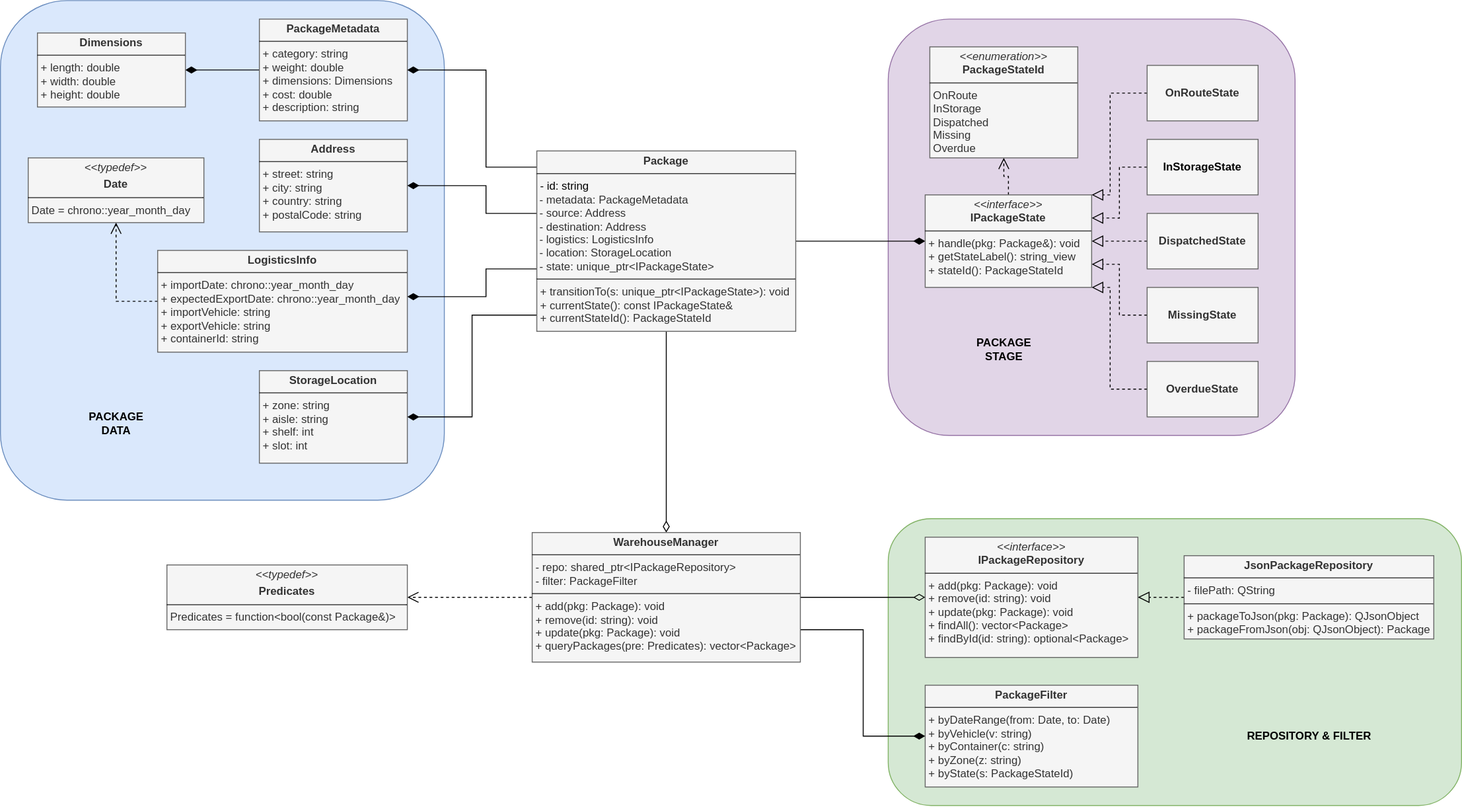
Earlier version of the draw.io export OOP_PJ.drawio.svg (Management-System-OOP/Object-Oriented-Programming-Project). Source tidied: cells renumbered, new cells last; positions are measured from the earlier drawing's top-left corner, leaving out a move shared by most shapes.
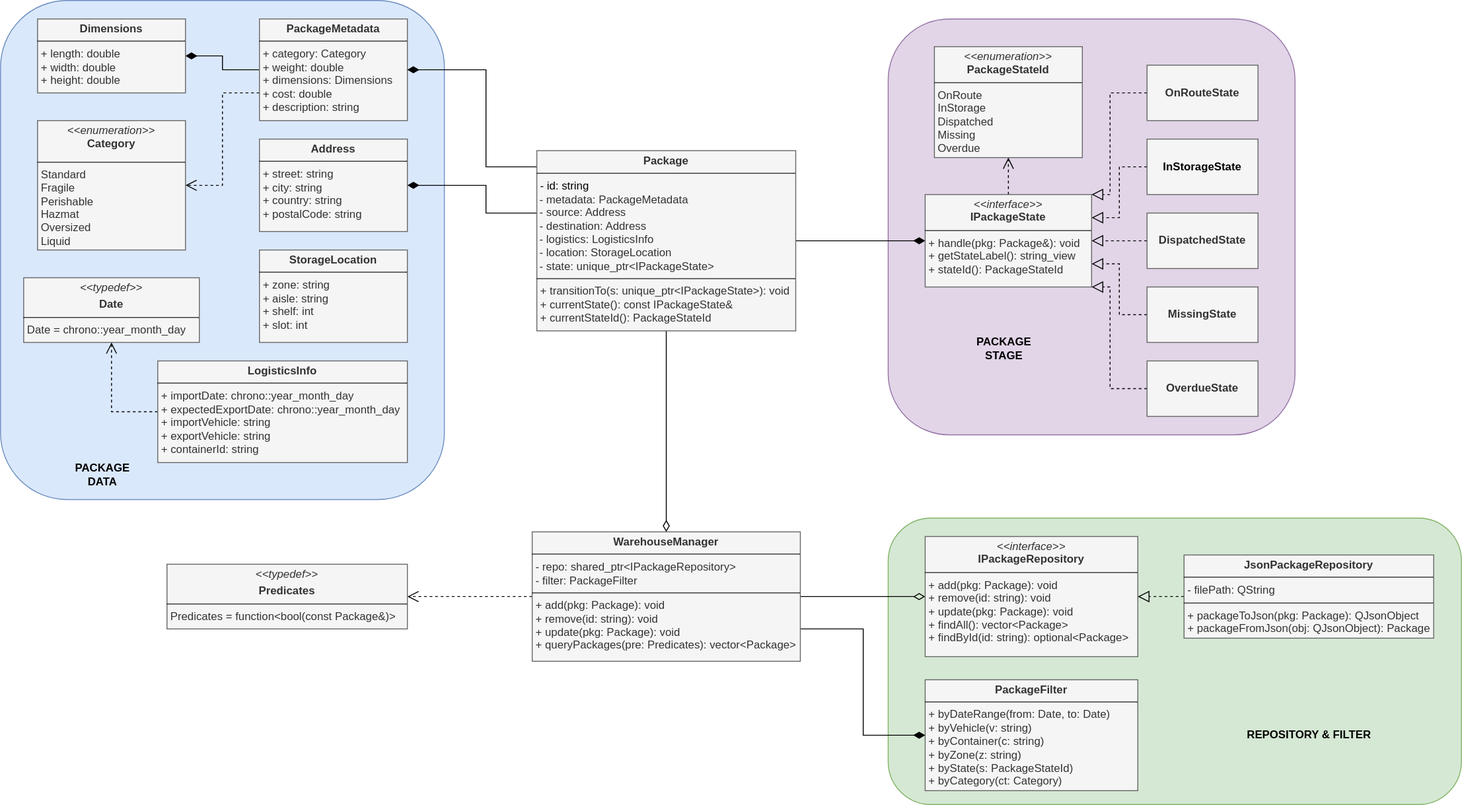
The same file after the commit.

Commit message:
refactor: add Enum class for category and filter

Diff of the diagram source:
```diff
@@ -14,7 +14,15 @@
     <mxCell id="5" style="edgeStyle=orthogonalEdgeStyle;rounded=0;jettySize=auto;html=1;endArrow=diamondThin;endFill=1;endSize=10;" parent="1" edge="1" source="6" target="11">
       <mxGeometry relative="1" as="geometry" />
     </mxCell>
+    <mxCell id="45" style="edgeStyle=orthogonalEdgeStyle;rounded=0;jettySize=auto;html=1;entryX=1;entryY=0.5;entryDx=0;entryDy=0;dashed=1;endArrow=open;endFill=0;endSize=10;" parent="1" edge="1" source="6" target="46">
+      <mxGeometry relative="1" as="geometry">
+        <Array as="points">
+          <mxPoint x="240" y="100" />
+          <mxPoint x="240" y="200" />
+        </Array>
+      </mxGeometry>
+    </mxCell>
-    <mxCell id="6" value="&lt;p style=&quot;margin:0px;margin-top:4px;text-align:center;&quot;&gt;&lt;b&gt;PackageMetadata&lt;/b&gt;&lt;/p&gt;&lt;hr size=&quot;1&quot; style=&quot;border-style:solid;&quot;&gt;&lt;p style=&quot;margin:0px;margin-left:4px;&quot;&gt;+ category: string&lt;/p&gt;&lt;p style=&quot;margin:0px;margin-left:4px;&quot;&gt;+ weight: double&lt;/p&gt;&lt;p style=&quot;margin:0px;margin-left:4px;&quot;&gt;+ dimensions: Dimensions&lt;/p&gt;&lt;p style=&quot;margin:0px;margin-left:4px;&quot;&gt;+ cost: double&lt;/p&gt;&lt;p style=&quot;margin:0px;margin-left:4px;&quot;&gt;+ description: string&lt;/p&gt;" style="verticalAlign=top;align=left;overflow=fill;html=1;whiteSpace=wrap;fillColor=#f5f5f5;fontColor=#333333;strokeColor=#666666;" parent="1" vertex="1">
+    <mxCell id="6" value="&lt;p style=&quot;margin:0px;margin-top:4px;text-align:center;&quot;&gt;&lt;b&gt;PackageMetadata&lt;/b&gt;&lt;/p&gt;&lt;hr size=&quot;1&quot; style=&quot;border-style:solid;&quot;&gt;&lt;p style=&quot;margin:0px;margin-left:4px;&quot;&gt;+ category: Category&lt;/p&gt;&lt;p style=&quot;margin:0px;margin-left:4px;&quot;&gt;+ weight: double&lt;/p&gt;&lt;p style=&quot;margin:0px;margin-left:4px;&quot;&gt;+ dimensions: Dimensions&lt;/p&gt;&lt;p style=&quot;margin:0px;margin-left:4px;&quot;&gt;+ cost: double&lt;/p&gt;&lt;p style=&quot;margin:0px;margin-left:4px;&quot;&gt;+ description: string&lt;/p&gt;" style="verticalAlign=top;align=left;overflow=fill;html=1;whiteSpace=wrap;fillColor=#f5f5f5;fontColor=#333333;strokeColor=#666666;" parent="1" vertex="1">
       <mxGeometry x="280" y="20" width="160" height="110" as="geometry" />
     </mxCell>
     <mxCell id="7" value="&lt;p style=&quot;margin:0px;margin-top:4px;text-align:center;&quot;&gt;&lt;b&gt;Address&lt;/b&gt;&lt;/p&gt;&lt;hr size=&quot;1&quot; style=&quot;border-style:solid;&quot;&gt;&lt;p style=&quot;margin:0px;margin-left:4px;&quot;&gt;+ street: string&lt;/p&gt;&lt;p style=&quot;margin:0px;margin-left:4px;&quot;&gt;+ city: string&lt;/p&gt;&lt;p style=&quot;margin:0px;margin-left:4px;&quot;&gt;+ country: string&lt;/p&gt;&lt;p style=&quot;margin:0px;margin-left:4px;&quot;&gt;+ postalCode: string&lt;/p&gt;" style="verticalAlign=top;align=left;overflow=fill;html=1;whiteSpace=wrap;fillColor=#f5f5f5;fontColor=#333333;strokeColor=#666666;" parent="1" vertex="1">
@@ -24,13 +32,13 @@
       <mxGeometry relative="1" as="geometry" />
     </mxCell>
     <mxCell id="9" value="&lt;p style=&quot;margin:0px;margin-top:4px;text-align:center;&quot;&gt;&lt;b&gt;LogisticsInfo&lt;/b&gt;&lt;/p&gt;&lt;hr size=&quot;1&quot; style=&quot;border-style:solid;&quot;&gt;&lt;p style=&quot;margin:0px;margin-left:4px;&quot;&gt;+ importDate: chrono::year_month_day&lt;/p&gt;&lt;p style=&quot;margin:0px;margin-left:4px;&quot;&gt;+ expectedExportDate: chrono::year_month_day&lt;/p&gt;&lt;p style=&quot;margin:0px;margin-left:4px;&quot;&gt;+ importVehicle: string&lt;/p&gt;&lt;p style=&quot;margin:0px;margin-left:4px;&quot;&gt;+ exportVehicle: string&lt;/p&gt;&lt;p style=&quot;margin:0px;margin-left:4px;&quot;&gt;+ containerId: string&lt;/p&gt;" style="verticalAlign=top;align=left;overflow=fill;html=1;whiteSpace=wrap;fillColor=#f5f5f5;fontColor=#333333;strokeColor=#666666;" parent="1" vertex="1">
-      <mxGeometry x="170" y="270" width="270" height="110" as="geometry" />
+      <mxGeometry x="170" y="390" width="270" height="110" as="geometry" />
     </mxCell>
     <mxCell id="10" value="&lt;p style=&quot;margin:0px;margin-top:4px;text-align:center;&quot;&gt;&lt;b&gt;StorageLocation&lt;/b&gt;&lt;/p&gt;&lt;hr size=&quot;1&quot; style=&quot;border-style:solid;&quot;&gt;&lt;p style=&quot;margin:0px;margin-left:4px;&quot;&gt;+ zone: string&lt;/p&gt;&lt;p style=&quot;margin:0px;margin-left:4px;&quot;&gt;+ aisle: string&lt;/p&gt;&lt;p style=&quot;margin:0px;margin-left:4px;&quot;&gt;+ shelf: int&lt;/p&gt;&lt;p style=&quot;margin:0px;margin-left:4px;&quot;&gt;+ slot: int&lt;/p&gt;" style="verticalAlign=top;align=left;overflow=fill;html=1;whiteSpace=wrap;fillColor=#f5f5f5;fontColor=#333333;strokeColor=#666666;" parent="1" vertex="1">
-      <mxGeometry x="280" y="400" width="160" height="100" as="geometry" />
+      <mxGeometry x="280" y="270" width="160" height="100" as="geometry" />
     </mxCell>
     <mxCell id="11" value="&lt;p style=&quot;margin:0px;margin-top:4px;text-align:center;&quot;&gt;&lt;b&gt;Dimensions&lt;/b&gt;&lt;/p&gt;&lt;hr size=&quot;1&quot; style=&quot;border-style:solid;&quot;&gt;&lt;p style=&quot;margin:0px;margin-left:4px;&quot;&gt;+ length: double&lt;/p&gt;&lt;p style=&quot;margin:0px;margin-left:4px;&quot;&gt;+ width:&amp;nbsp;&lt;span style=&quot;background-color: transparent; color: light-dark(rgb(51, 51, 51), rgb(193, 193, 193));&quot;&gt;double&lt;/span&gt;&lt;/p&gt;&lt;p style=&quot;margin:0px;margin-left:4px;&quot;&gt;+ height:&amp;nbsp;&lt;span style=&quot;background-color: transparent; color: light-dark(rgb(51, 51, 51), rgb(193, 193, 193));&quot;&gt;double&lt;/span&gt;&lt;/p&gt;" style="verticalAlign=top;align=left;overflow=fill;html=1;whiteSpace=wrap;strokeColor=#666666;fillColor=#f5f5f5;fontColor=#333333;" parent="1" vertex="1">
-      <mxGeometry x="40" y="35" width="160" height="80" as="geometry" />
+      <mxGeometry x="40" y="20" width="160" height="80" as="geometry" />
     </mxCell>
     <mxCell id="12" style="edgeStyle=orthogonalEdgeStyle;rounded=0;jettySize=auto;html=1;entryX=1;entryY=0.5;entryDx=0;entryDy=0;endArrow=diamondThin;endFill=1;endSize=10;" parent="1" edge="1" source="18" target="6">
       <mxGeometry relative="1" as="geometry">
@@ -40,14 +48,6 @@
         </Array>
       </mxGeometry>
     </mxCell>
-    <mxCell id="13" style="edgeStyle=orthogonalEdgeStyle;rounded=0;jettySize=auto;html=1;endArrow=diamondThin;endFill=1;endSize=10;" parent="1" edge="1" source="18" target="9">
-      <mxGeometry relative="1" as="geometry">
-        <Array as="points">
-          <mxPoint x="525" y="290" />
-          <mxPoint x="525" y="320" />
-        </Array>
-      </mxGeometry>
-    </mxCell>
     <mxCell id="14" style="edgeStyle=orthogonalEdgeStyle;rounded=0;jettySize=auto;html=1;endArrow=diamondThin;endFill=1;endSize=10;" parent="1" edge="1" source="18" target="20">
       <mxGeometry relative="1" as="geometry" />
     </mxCell>
@@ -62,14 +62,6 @@
     <mxCell id="16" style="edgeStyle=orthogonalEdgeStyle;rounded=0;jettySize=auto;html=1;entryX=0.5;entryY=0;entryDx=0;entryDy=0;endArrow=diamondThin;endFill=0;endSize=10;" parent="1" edge="1" source="18" target="41">
       <mxGeometry relative="1" as="geometry" />
     </mxCell>
-    <mxCell id="17" style="edgeStyle=orthogonalEdgeStyle;rounded=0;jettySize=auto;html=1;entryX=1;entryY=0.5;entryDx=0;entryDy=0;endArrow=diamondThin;endFill=1;endSize=10;" parent="1" edge="1" source="18" target="10">
-      <mxGeometry relative="1" as="geometry">
-        <Array as="points">
-          <mxPoint x="510" y="340" />
-          <mxPoint x="510" y="450" />
-        </Array>
-      </mxGeometry>
-    </mxCell>
     <mxCell id="18" value="&lt;p style=&quot;margin:0px;margin-top:4px;text-align:center;&quot;&gt;&lt;b&gt;Package&lt;/b&gt;&lt;/p&gt;&lt;hr size=&quot;1&quot; style=&quot;border-style:solid;&quot;&gt;&lt;p style=&quot;margin:0px;margin-left:4px;&quot;&gt;&lt;span style=&quot;background-color: transparent; color: light-dark(rgb(0, 0, 0), rgb(255, 255, 255));&quot;&gt;- id: string&lt;/span&gt;&lt;/p&gt;&lt;div&gt;&amp;nbsp;- metadata: PackageMetadata&lt;/div&gt;&lt;div&gt;&amp;nbsp;- source: Address&lt;/div&gt;&lt;div&gt;&amp;nbsp;- destination: Address&lt;/div&gt;&lt;div&gt;&amp;nbsp;- logistics: LogisticsInfo&lt;/div&gt;&lt;div&gt;&amp;nbsp;- location: StorageLocation&lt;/div&gt;&lt;div&gt;&amp;nbsp;- state: unique_ptr&amp;lt;IPackageState&amp;gt;&lt;/div&gt;&lt;hr size=&quot;1&quot; style=&quot;border-style:solid;&quot;&gt;&lt;p style=&quot;margin:0px;margin-left:4px;&quot;&gt;&lt;span style=&quot;background-color: transparent;&quot;&gt;+ transitionTo(s: unique_ptr&amp;lt;IPackageState&amp;gt;): void&lt;/span&gt;&lt;/p&gt;&lt;p style=&quot;margin:0px;margin-left:4px;&quot;&gt;&lt;span style=&quot;background-color: transparent;&quot;&gt;+ currentState(): const IPackageState&amp;amp;&lt;/span&gt;&lt;/p&gt;&lt;p style=&quot;margin:0px;margin-left:4px;&quot;&gt;&lt;span style=&quot;background-color: transparent; color: light-dark(rgb(51, 51, 51), rgb(193, 193, 193));&quot;&gt;+ currentStateId(): PackageStateId&lt;/span&gt;&lt;/p&gt;" style="verticalAlign=top;align=left;overflow=fill;html=1;whiteSpace=wrap;fillColor=#f5f5f5;fontColor=#333333;strokeColor=#666666;" parent="1" vertex="1">
       <mxGeometry x="580" y="162.5" width="280" height="195" as="geometry" />
     </mxCell>
@@ -120,13 +112,13 @@
       <mxGeometry x="1240" y="390" width="120" height="60" as="geometry" />
     </mxCell>
     <mxCell id="31" value="PACKAGE&lt;div&gt;DATA&lt;/div&gt;" style="text;align=center;fontStyle=1;verticalAlign=middle;spacingLeft=3;spacingRight=3;strokeColor=none;html=1;" parent="1" vertex="1">
-      <mxGeometry x="85" y="444" width="80" height="26" as="geometry" />
+      <mxGeometry x="70" y="500" width="80" height="26" as="geometry" />
     </mxCell>
     <mxCell id="32" value="&lt;div&gt;PACKAGE&lt;/div&gt;&lt;div&gt;STAGE&lt;/div&gt;" style="text;align=center;fontStyle=1;verticalAlign=middle;spacingLeft=3;spacingRight=3;strokeColor=none;html=1;" parent="1" vertex="1">
       <mxGeometry x="1045" y="364" width="80" height="26" as="geometry" />
     </mxCell>
     <mxCell id="33" value="&lt;p style=&quot;margin:0px;margin-top:4px;text-align:center;&quot;&gt;&lt;i&gt;&amp;lt;&amp;lt;enumeration&amp;gt;&amp;gt;&lt;/i&gt;&lt;br&gt;&lt;span style=&quot;text-align: left;&quot;&gt;&lt;b&gt;PackageStateId&lt;/b&gt;&lt;/span&gt;&lt;/p&gt;&lt;hr size=&quot;1&quot; style=&quot;border-style:solid;&quot;&gt;&lt;p style=&quot;margin:0px;margin-left:4px;&quot;&gt;&lt;/p&gt;&lt;p style=&quot;margin:0px;margin-left:4px;&quot;&gt;OnRoute&amp;nbsp;&lt;/p&gt;&lt;p style=&quot;margin:0px;margin-left:4px;&quot;&gt;InStorage&amp;nbsp;&lt;/p&gt;&lt;p style=&quot;margin:0px;margin-left:4px;&quot;&gt;Dispatched&amp;nbsp;&lt;/p&gt;&lt;p style=&quot;margin:0px;margin-left:4px;&quot;&gt;Missing&amp;nbsp;&lt;/p&gt;&lt;p style=&quot;margin:0px;margin-left:4px;&quot;&gt;Overdue&lt;/p&gt;" style="verticalAlign=top;align=left;overflow=fill;html=1;whiteSpace=wrap;fillColor=#f5f5f5;fontColor=#333333;strokeColor=#666666;" parent="1" vertex="1">
-      <mxGeometry x="1005" y="50" width="160" height="120" as="geometry" />
+      <mxGeometry x="1010" y="50" width="160" height="120" as="geometry" />
     </mxCell>
     <mxCell id="34" value="&lt;p style=&quot;margin:0px;margin-top:4px;text-align:center;&quot;&gt;&lt;i&gt;&amp;lt;&amp;lt;interface&amp;gt;&amp;gt;&lt;/i&gt;&lt;br&gt;&lt;b&gt;IPackageRepository&lt;/b&gt;&lt;/p&gt;&lt;hr size=&quot;1&quot; style=&quot;border-style:solid;&quot;&gt;&lt;p style=&quot;margin:0px;margin-left:4px;&quot;&gt;&lt;/p&gt;&lt;p style=&quot;margin:0px;margin-left:4px;&quot;&gt;+ add(pkg: Package): void&lt;/p&gt;&lt;p style=&quot;margin:0px;margin-left:4px;&quot;&gt;+ remove(id: string): void&lt;/p&gt;&lt;p style=&quot;margin:0px;margin-left:4px;&quot;&gt;+ update(pkg: Package): void&lt;/p&gt;&lt;p style=&quot;margin:0px;margin-left:4px;&quot;&gt;+ findAll(): vector&amp;lt;Package&amp;gt;&lt;/p&gt;&lt;p style=&quot;margin:0px;margin-left:4px;&quot;&gt;+ findById(id: string): optional&amp;lt;Package&amp;gt;&lt;/p&gt;" style="verticalAlign=top;align=left;overflow=fill;html=1;whiteSpace=wrap;fillColor=#f5f5f5;fontColor=#333333;strokeColor=#666666;" parent="1" vertex="1">
       <mxGeometry x="1000" y="580" width="230" height="130" as="geometry" />
@@ -137,8 +129,8 @@
     <mxCell id="36" value="&lt;p style=&quot;margin:0px;margin-top:4px;text-align:center;&quot;&gt;&lt;b&gt;JsonPackageRepository&lt;/b&gt;&lt;/p&gt;&lt;hr size=&quot;1&quot; style=&quot;border-style:solid;&quot;&gt;&lt;p style=&quot;margin:0px;margin-left:4px;&quot;&gt;- filePath: QString&lt;/p&gt;&lt;hr size=&quot;1&quot; style=&quot;border-style:solid;&quot;&gt;&lt;p style=&quot;margin:0px;margin-left:4px;&quot;&gt;+ packageToJson(pkg: Package): QJsonObject &lt;/p&gt;&lt;p style=&quot;margin:0px;margin-left:4px;&quot;&gt;+&amp;nbsp;packageFromJson(obj:&amp;nbsp;&lt;span style=&quot;background-color: transparent; color: light-dark(rgb(51, 51, 51), rgb(193, 193, 193));&quot;&gt;QJsonObject):&amp;nbsp;&lt;/span&gt;&lt;span style=&quot;background-color: transparent; color: light-dark(rgb(51, 51, 51), rgb(193, 193, 193));&quot;&gt;Package&lt;/span&gt;&lt;/p&gt;" style="verticalAlign=top;align=left;overflow=fill;html=1;whiteSpace=wrap;fillColor=#f5f5f5;fontColor=#333333;strokeColor=#666666;" parent="1" vertex="1">
       <mxGeometry x="1280" y="600" width="270" height="90" as="geometry" />
     </mxCell>
-    <mxCell id="37" value="&lt;p style=&quot;margin:0px;margin-top:4px;text-align:center;&quot;&gt;&lt;b&gt;PackageFilter&lt;/b&gt;&lt;/p&gt;&lt;hr size=&quot;1&quot; style=&quot;border-style:solid;&quot;&gt;&lt;p style=&quot;margin:0px;margin-left:4px;&quot;&gt;+ byDateRange(from: Date, to: Date)&lt;/p&gt;&lt;p style=&quot;margin:0px;margin-left:4px;&quot;&gt;+ byVehicle(v: string)&lt;/p&gt;&lt;p style=&quot;margin:0px;margin-left:4px;&quot;&gt;+ byContainer(c: string)&lt;/p&gt;&lt;p style=&quot;margin:0px;margin-left:4px;&quot;&gt;+ byZone(z: string)&lt;/p&gt;&lt;p style=&quot;margin:0px;margin-left:4px;&quot;&gt;+ byState(s: PackageStateId)&lt;/p&gt;" style="verticalAlign=top;align=left;overflow=fill;html=1;whiteSpace=wrap;fillColor=#f5f5f5;fontColor=#333333;strokeColor=#666666;" parent="1" vertex="1">
-      <mxGeometry x="1000" y="740" width="230" height="110" as="geometry" />
+    <mxCell id="37" value="&lt;p style=&quot;margin:0px;margin-top:4px;text-align:center;&quot;&gt;&lt;b&gt;PackageFilter&lt;/b&gt;&lt;/p&gt;&lt;hr size=&quot;1&quot; style=&quot;border-style:solid;&quot;&gt;&lt;p style=&quot;margin:0px;margin-left:4px;&quot;&gt;+ byDateRange(from: Date, to: Date)&lt;/p&gt;&lt;p style=&quot;margin:0px;margin-left:4px;&quot;&gt;+ byVehicle(v: string)&lt;/p&gt;&lt;p style=&quot;margin:0px;margin-left:4px;&quot;&gt;+ byContainer(c: string)&lt;/p&gt;&lt;p style=&quot;margin:0px;margin-left:4px;&quot;&gt;+ byZone(z: string)&lt;/p&gt;&lt;p style=&quot;margin:0px;margin-left:4px;&quot;&gt;+ byState(s: PackageStateId)&lt;/p&gt;&lt;p style=&quot;margin:0px;margin-left:4px;&quot;&gt;+ byCategory(ct:&amp;nbsp;&lt;span style=&quot;background-color: transparent; color: light-dark(rgb(51, 51, 51), rgb(193, 193, 193));&quot;&gt;Category&lt;/span&gt;&lt;span style=&quot;background-color: transparent; color: light-dark(rgb(51, 51, 51), rgb(193, 193, 193));&quot;&gt;)&lt;/span&gt;&lt;/p&gt;" style="verticalAlign=top;align=left;overflow=fill;html=1;whiteSpace=wrap;fillColor=#f5f5f5;fontColor=#333333;strokeColor=#666666;" parent="1" vertex="1">
+      <mxGeometry x="1000" y="735" width="230" height="120" as="geometry" />
     </mxCell>
     <mxCell id="38" style="edgeStyle=orthogonalEdgeStyle;rounded=0;jettySize=auto;html=1;entryX=1;entryY=0.5;entryDx=0;entryDy=0;dashed=1;endArrow=open;endFill=0;endSize=10;" parent="1" edge="1" source="41" target="43">
       <mxGeometry relative="1" as="geometry" />
@@ -158,7 +150,7 @@
       <mxGeometry x="575" y="575" width="290" height="140" as="geometry" />
     </mxCell>
     <mxCell id="42" value="&lt;p style=&quot;margin:0px;margin-top:4px;text-align:center;&quot;&gt;&lt;i&gt;&amp;lt;&amp;lt;typedef&amp;gt;&amp;gt;&lt;/i&gt;&lt;br&gt;&lt;/p&gt;&lt;p style=&quot;margin:0px;margin-top:4px;text-align:center;&quot;&gt;&lt;b&gt;Date&lt;/b&gt;&lt;/p&gt;&lt;hr size=&quot;1&quot; style=&quot;border-style:solid;&quot;&gt;&lt;p style=&quot;color: rgb(51, 51, 51); margin: 0px 0px 0px 4px;&quot;&gt;Date =&amp;nbsp;&lt;span style=&quot;background-color: transparent;&quot;&gt;chrono::year_month_day&lt;/span&gt;&lt;/p&gt;" style="verticalAlign=top;align=left;overflow=fill;html=1;whiteSpace=wrap;fillColor=#f5f5f5;fontColor=#333333;strokeColor=#666666;" parent="1" vertex="1">
-      <mxGeometry x="30" y="170" width="190" height="70" as="geometry" />
+      <mxGeometry x="25" y="300" width="190" height="70" as="geometry" />
     </mxCell>
     <mxCell id="43" value="&lt;p style=&quot;margin:0px;margin-top:4px;text-align:center;&quot;&gt;&lt;i&gt;&amp;lt;&amp;lt;typedef&amp;gt;&amp;gt;&lt;/i&gt;&lt;br&gt;&lt;/p&gt;&lt;p style=&quot;margin:0px;margin-top:4px;text-align:center;&quot;&gt;&lt;span style=&quot;color: rgb(51, 51, 51); text-align: left;&quot;&gt;&lt;b&gt;Predicates&lt;/b&gt;&lt;/span&gt;&lt;/p&gt;&lt;hr size=&quot;1&quot; style=&quot;border-style:solid;&quot;&gt;&lt;p style=&quot;margin: 0px 0px 0px 4px; color: rgb(51, 51, 51);&quot;&gt;Predicates = function&amp;lt;bool(const Package&amp;amp;)&amp;gt;&lt;/p&gt;" style="verticalAlign=top;align=left;overflow=fill;html=1;whiteSpace=wrap;fillColor=#f5f5f5;fontColor=#333333;strokeColor=#666666;" parent="1" vertex="1">
       <mxGeometry x="180" y="610" width="260" height="70" as="geometry" />
@@ -166,5 +158,8 @@
     <mxCell id="44" value="&lt;div&gt;&lt;span style=&quot;background-color: transparent; color: light-dark(rgb(0, 0, 0), rgb(255, 255, 255));&quot;&gt;REPOSITORY &amp;amp; FILTER&lt;/span&gt;&lt;/div&gt;" style="text;align=center;fontStyle=1;verticalAlign=middle;spacingLeft=3;spacingRight=3;strokeColor=none;html=1;" parent="1" vertex="1">
       <mxGeometry x="1335" y="782" width="160" height="26" as="geometry" />
     </mxCell>
+    <mxCell id="46" value="&lt;p style=&quot;margin: 4px 0px 0px;&quot;&gt;&lt;/p&gt;&lt;div style=&quot;text-align: center;&quot;&gt;&lt;i style=&quot;background-color: transparent; color: light-dark(rgb(51, 51, 51), rgb(193, 193, 193));&quot;&gt;&amp;lt;&amp;lt;enumeration&amp;gt;&amp;gt;&lt;/i&gt;&lt;/div&gt;&lt;div style=&quot;text-align: center;&quot;&gt;&lt;b&gt;Category&lt;/b&gt;&lt;/div&gt;&lt;p&gt;&lt;/p&gt;&lt;hr size=&quot;1&quot; style=&quot;border-style:solid;&quot;&gt;&lt;p style=&quot;margin:0px;margin-left:4px;&quot;&gt;&lt;/p&gt;&lt;p style=&quot;margin:0px;margin-left:4px;&quot;&gt;Standard&lt;/p&gt;&lt;p style=&quot;margin:0px;margin-left:4px;&quot;&gt;Fragile&lt;/p&gt;&lt;p style=&quot;margin:0px;margin-left:4px;&quot;&gt;Perishable&lt;/p&gt;&lt;p style=&quot;margin:0px;margin-left:4px;&quot;&gt;Hazmat&lt;/p&gt;&lt;p style=&quot;margin:0px;margin-left:4px;&quot;&gt;Oversized&lt;/p&gt;&lt;p style=&quot;margin:0px;margin-left:4px;&quot;&gt;Liquid&lt;/p&gt;" style="verticalAlign=top;align=left;overflow=fill;html=1;whiteSpace=wrap;fillColor=#f5f5f5;fontColor=#333333;strokeColor=#666666;" parent="1" vertex="1">
+      <mxGeometry x="40" y="130" width="160" height="140" as="geometry" />
+    </mxCell>
   </root>
 </mxGraphModel>
```
